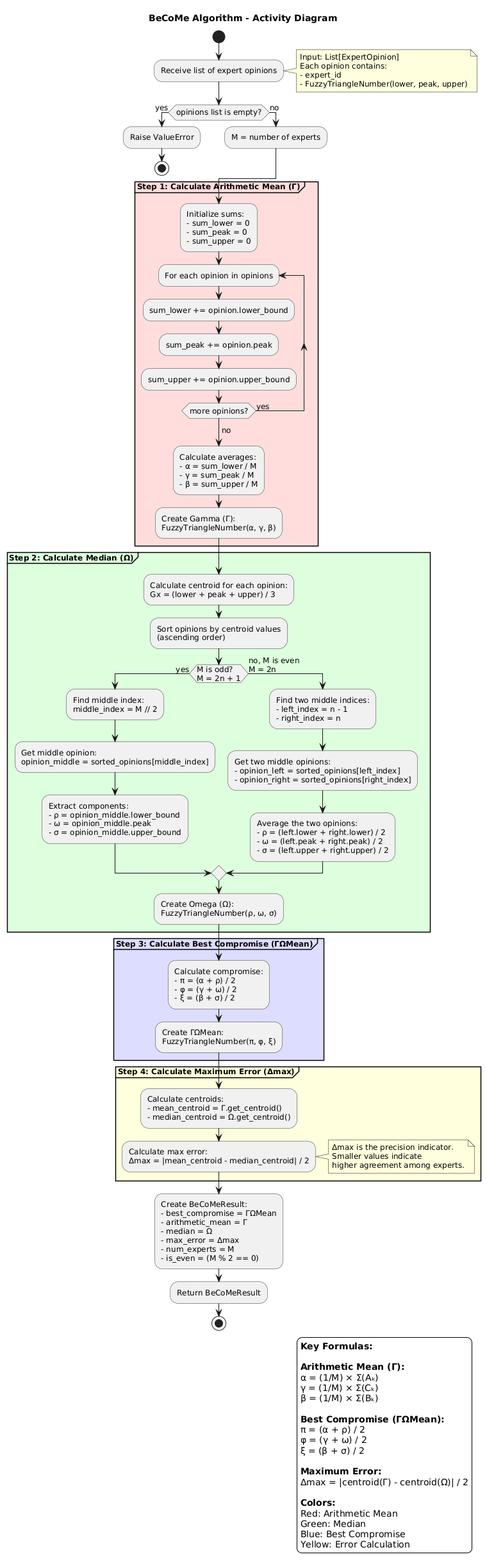
Above: docs/uml-diagrams/en/diagrams/png/activity-diagram.png in caitlon/BeCoMe (PlantUML), before the change. Its diagram source:
```plantuml
@startuml
skinparam backgroundColor #FFFFFF
skinparam shadowing false
skinparam defaultFontSize 12
skinparam activityBorderColor #333333
skinparam activityBackgroundColor #F0F0F0

title BeCoMe Algorithm - Activity Diagram

start

:Receive list of expert opinions;
note right
    Input: List[ExpertOpinion]
    Each opinion contains:
    - expert_id
    - FuzzyTriangleNumber(lower, peak, upper)
end note

if (opinions list is empty?) then (yes)
    :Raise ValueError;
    stop
else (no)
    :M = number of experts;
endif

partition "**Step 1: Calculate Arithmetic Mean (Γ)**" #FFDDDD {
    :Initialize sums:\n- sum_lower = 0\n- sum_peak = 0\n- sum_upper = 0;

    repeat :For each opinion in opinions;
        :sum_lower += opinion.lower_bound;
        :sum_peak += opinion.peak;
        :sum_upper += opinion.upper_bound;
    repeat while (more opinions?) is (yes)
    ->no;

    :Calculate averages:\n- α = sum_lower / M\n- γ = sum_peak / M\n- β = sum_upper / M;

    :Create Gamma (Γ):\nFuzzyTriangleNumber(α, γ, β);
}

partition "**Step 2: Calculate Median (Ω)**" #DDFFDD {
    :Calculate centroid for each opinion:\nGx = (lower + peak + upper) / 3;

    :Sort opinions by centroid values\n(ascending order);

    if (M is odd?\nM = 2n + 1) then (yes)
        :Find middle index:\nmiddle_index = M // 2;

        :Get middle opinion:\nopinion_middle = sorted_opinions[middle_index];

        :Extract components:\n- ρ = opinion_middle.lower_bound\n- ω = opinion_middle.peak\n- σ = opinion_middle.upper_bound;

    else (no, M is even\nM = 2n)
        :Find two middle indices:\n- left_index = n - 1\n- right_index = n;

        :Get two middle opinions:\n- opinion_left = sorted_opinions[left_index]\n- opinion_right = sorted_opinions[right_index];

        :Average the two opinions:\n- ρ = (left.lower + right.lower) / 2\n- ω = (left.peak + right.peak) / 2\n- σ = (left.upper + right.upper) / 2;
    endif

    :Create Omega (Ω):\nFuzzyTriangleNumber(ρ, ω, σ);
}

partition "**Step 3: Calculate Best Compromise (ΓΩMean)**" #DDDDFF {
    :Calculate compromise:\n- π = (α + ρ) / 2\n- φ = (γ + ω) / 2\n- ξ = (β + σ) / 2;

    :Create ΓΩMean:\nFuzzyTriangleNumber(π, φ, ξ);
}

partition "**Step 4: Calculate Maximum Error (Δmax)**" #FFFFDD {
    :Calculate centroids:\n- mean_centroid = Γ.get_centroid()\n- median_centroid = Ω.get_centroid();

    :Calculate max error:\nΔmax = |mean_centroid - median_centroid| / 2;

    note right
        Δmax is the precision indicator.
        Smaller values indicate
        higher agreement among experts.
    end note
}

:Create BeCoMeResult:\n- best_compromise = ΓΩMean\n- arithmetic_mean = Γ\n- median = Ω\n- max_error = Δmax\n- num_experts = M\n- is_even = (M % 2 == 0);

:Return BeCoMeResult;

stop

legend bottom right
    **Key Formulas:**

    **Arithmetic Mean (Γ):**
    α = (1/M) × Σ(Aₖ)
    γ = (1/M) × Σ(Cₖ)
    β = (1/M) × Σ(Bₖ)

    **Best Compromise (ΓΩMean):**
    π = (α + ρ) / 2
    φ = (γ + ω) / 2
    ξ = (β + σ) / 2

    **Maximum Error:**
    Δmax = |centroid(Γ) - centroid(Ω)| / 2

    **Colors:**
    Red: Arithmetic Mean
    Green: Median
    Blue: Best Compromise
    Yellow: Error Calculation
endlegend
@enduml
```
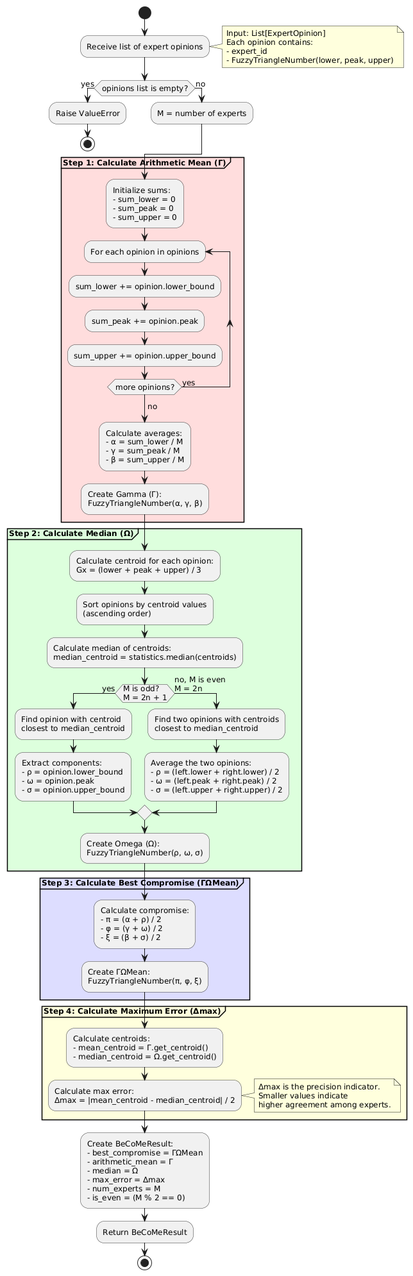
Above is the later version.

Commit message:
refactor: simplify activity diagram for better readability

What changed in the source:
```diff
@@ -4,8 +4,6 @@
 skinparam defaultFontSize 12
 skinparam activityBorderColor #333333
 skinparam activityBackgroundColor #F0F0F0
-
-title BeCoMe Algorithm - Activity Diagram
 
 start
 
@@ -44,17 +42,15 @@
 
     :Sort opinions by centroid values\n(ascending order);
 
+    :Calculate median of centroids:\nmedian_centroid = statistics.median(centroids);
+
     if (M is odd?\nM = 2n + 1) then (yes)
-        :Find middle index:\nmiddle_index = M // 2;
+        :Find opinion with centroid\nclosest to median_centroid;
 
-        :Get middle opinion:\nopinion_middle = sorted_opinions[middle_index];
-
-        :Extract components:\n- ρ = opinion_middle.lower_bound\n- ω = opinion_middle.peak\n- σ = opinion_middle.upper_bound;
+        :Extract components:\n- ρ = opinion.lower_bound\n- ω = opinion.peak\n- σ = opinion.upper_bound;
 
     else (no, M is even\nM = 2n)
-        :Find two middle indices:\n- left_index = n - 1\n- right_index = n;
-
-        :Get two middle opinions:\n- opinion_left = sorted_opinions[left_index]\n- opinion_right = sorted_opinions[right_index];
+        :Find two opinions with centroids\nclosest to median_centroid;
 
         :Average the two opinions:\n- ρ = (left.lower + right.lower) / 2\n- ω = (left.peak + right.peak) / 2\n- σ = (left.upper + right.upper) / 2;
     endif
@@ -85,27 +81,4 @@
 :Return BeCoMeResult;
 
 stop
-
-legend bottom right
-    **Key Formulas:**
-
-    **Arithmetic Mean (Γ):**
-    α = (1/M) × Σ(Aₖ)
-    γ = (1/M) × Σ(Cₖ)
-    β = (1/M) × Σ(Bₖ)
-
-    **Best Compromise (ΓΩMean):**
-    π = (α + ρ) / 2
-    φ = (γ + ω) / 2
-    ξ = (β + σ) / 2
-
-    **Maximum Error:**
-    Δmax = |centroid(Γ) - centroid(Ω)| / 2
-
-    **Colors:**
-    Red: Arithmetic Mean
-    Green: Median
-    Blue: Best Compromise
-    Yellow: Error Calculation
-endlegend
 @enduml
```
